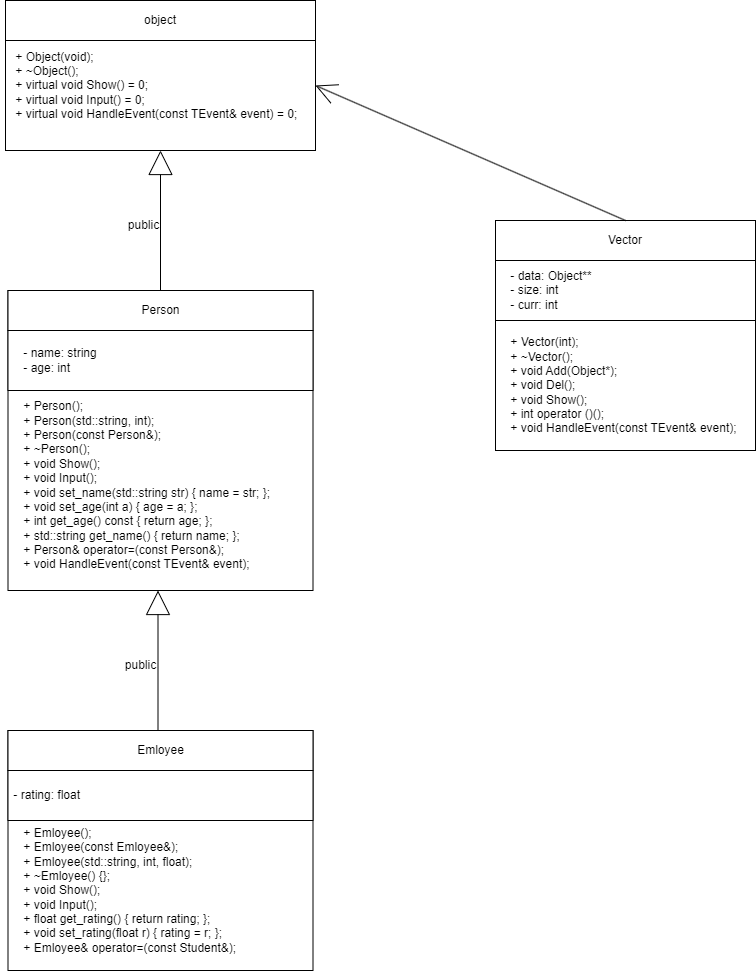
This is 2 Семестр/Class/Лаба 8/Лаба 8 Классы.png from IlyaFedoseev227/LABS-PNRPU-IVT-22-1b, a draw.io export, as it was before one commit. Source tidied: cells renumbered, new cells last; positions are measured from the earlier drawing's top-left corner, leaving out a move shared by most shapes.
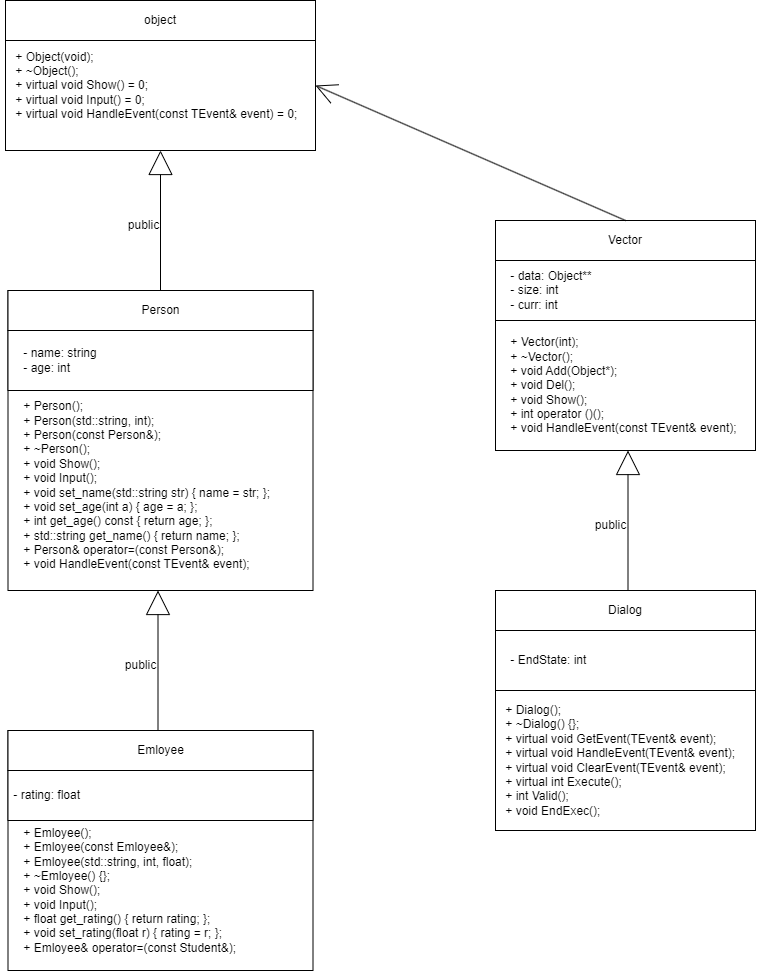
The same file after the commit.

Diff of the diagram source:
```diff
@@ -76,5 +76,29 @@
         <mxPoint x="315" y="85" as="targetPoint" />
       </mxGeometry>
     </mxCell>
+    <mxCell id="25" style="rounded=0;whiteSpace=wrap;html=1;" parent="1" vertex="1">
+      <mxGeometry x="495" y="590" width="260" height="240" as="geometry" />
+    </mxCell>
+    <mxCell id="26" value="Dialog" style="rounded=0;whiteSpace=wrap;html=1;" parent="1" vertex="1">
+      <mxGeometry x="495" y="590" width="260" height="40" as="geometry" />
+    </mxCell>
+    <mxCell id="27" value="&lt;div&gt;&amp;nbsp; &amp;nbsp; + Dialog();&lt;/div&gt;&lt;div&gt;&amp;nbsp; &amp;nbsp; + ~Dialog() {};&lt;/div&gt;&lt;div&gt;&amp;nbsp; &amp;nbsp; + virtual void GetEvent(TEvent&amp;amp; event);&lt;/div&gt;&lt;div&gt;&amp;nbsp; &amp;nbsp; + virtual void HandleEvent(TEvent&amp;amp; event);&lt;/div&gt;&lt;div&gt;&amp;nbsp; &amp;nbsp; + virtual void ClearEvent(TEvent&amp;amp; event);&lt;/div&gt;&lt;div&gt;&amp;nbsp; &amp;nbsp; + virtual int Execute();&lt;/div&gt;&lt;div&gt;&amp;nbsp; &amp;nbsp; + int Valid();&lt;/div&gt;&lt;div&gt;&amp;nbsp; &amp;nbsp; + void EndExec();&lt;/div&gt;" style="text;html=1;align=left;verticalAlign=middle;strokeColor=none;fillColor=none;" parent="1" vertex="1">
+      <mxGeometry x="490" y="695" width="270" height="130" as="geometry" />
+    </mxCell>
+    <mxCell id="28" style="rounded=0;whiteSpace=wrap;html=1;" parent="1" vertex="1">
+      <mxGeometry x="495" y="630" width="260" height="60" as="geometry" />
+    </mxCell>
+    <mxCell id="29" value="&amp;nbsp;- EndState: int" style="text;html=1;align=left;verticalAlign=middle;strokeColor=none;fillColor=none;" parent="1" vertex="1">
+      <mxGeometry x="505" y="645" width="100" height="30" as="geometry" />
+    </mxCell>
+    <mxCell id="30" style="edgeStyle=orthogonalEdgeStyle;rounded=0;orthogonalLoop=1;jettySize=auto;html=1;endArrow=block;endFill=0;strokeWidth=1;endSize=22;exitX=0.5;exitY=0;exitDx=0;exitDy=0;" parent="1" edge="1">
+      <mxGeometry relative="1" as="geometry">
+        <mxPoint x="627.5" y="590" as="sourcePoint" />
+        <mxPoint x="627.5" y="450" as="targetPoint" />
+      </mxGeometry>
+    </mxCell>
+    <mxCell id="31" value="public" style="text;html=1;align=center;verticalAlign=middle;strokeColor=none;fillColor=none;" parent="1" vertex="1">
+      <mxGeometry x="585" y="510" width="50" height="30" as="geometry" />
+    </mxCell>
   </root>
 </mxGraphModel>
```
